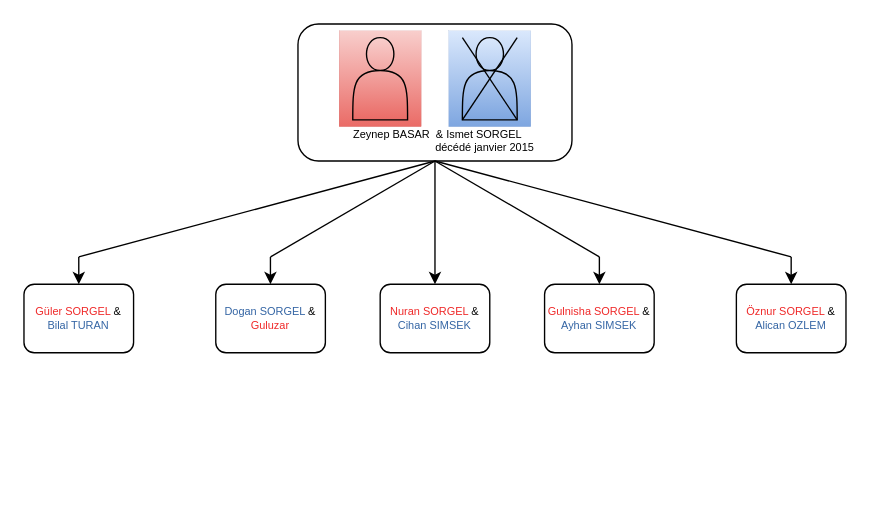
Above: Diagramme sans nom.drawio in Wiviou/printf42 (draw.io), before the change. Source tidied: cells renumbered, new cells numbered last; positions are measured from the earlier drawing's top-left corner, leaving out a move shared by most shapes. Both pictures are drawn from the tidied source at 137%, with x=0, y=0 at pixel (23, 23).
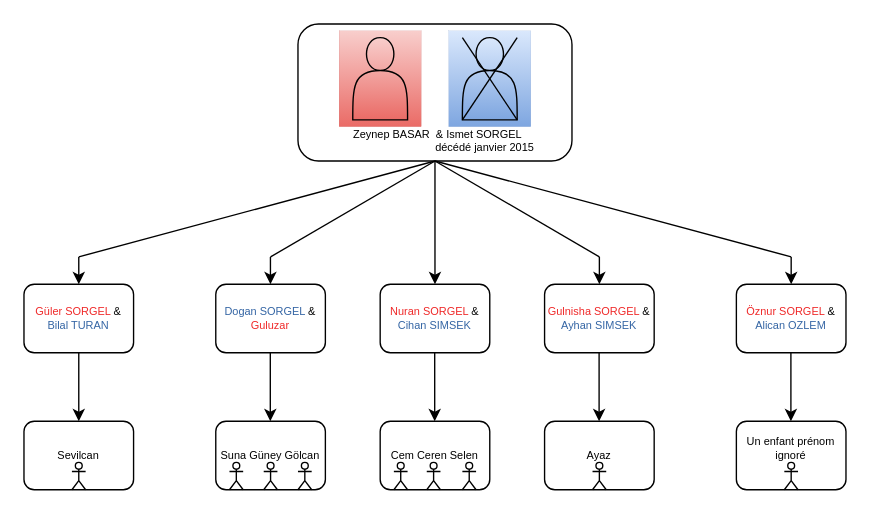
Above is the later version.

Commit message:
Mettre à jour Diagramme sans nom.drawio

Unchanged cells that the change refers to:
```xml
<mxCell id="4" value="&lt;font color=&quot;#ef2929&quot;&gt;Güler SORGEL&lt;/font&gt; &amp;amp; &lt;font color=&quot;#3465a4&quot;&gt;Bilal TURAN&lt;/font&gt;" style="rounded=1;whiteSpace=wrap;html=1;fontSize=8;glass=0;strokeWidth=1;shadow=0;" parent="1" vertex="1">
  <mxGeometry y="190" width="80" height="50" as="geometry" />
</mxCell>
```

Change to the diagram source:
```diff
@@
+    <mxCell id="23" style="endArrow=classic;html=1;rounded=0;exitX=0.5;exitY=1;exitDx=0;exitDy=0;" parent="1" edge="1" source="4">
+      <mxGeometry relative="1" as="geometry">
+        <mxPoint x="40" y="290" as="targetPoint" />
+      </mxGeometry>
+    </mxCell>
+    <mxCell id="24" style="endArrow=classic;html=1;rounded=0;exitX=0.5;exitY=1;exitDx=0;exitDy=0;" parent="1" edge="1">
+      <mxGeometry relative="1" as="geometry">
+        <mxPoint x="179.8" y="240" as="sourcePoint" />
+        <mxPoint x="179.8" y="290" as="targetPoint" />
+      </mxGeometry>
+    </mxCell>
+    <mxCell id="25" style="endArrow=classic;html=1;rounded=0;exitX=0.5;exitY=1;exitDx=0;exitDy=0;" parent="1" edge="1">
+      <mxGeometry relative="1" as="geometry">
+        <mxPoint x="299.8" y="240" as="sourcePoint" />
+        <mxPoint x="299.8" y="290" as="targetPoint" />
+      </mxGeometry>
+    </mxCell>
+    <mxCell id="26" style="endArrow=classic;html=1;rounded=0;exitX=0.5;exitY=1;exitDx=0;exitDy=0;" parent="1" edge="1">
+      <mxGeometry relative="1" as="geometry">
+        <mxPoint x="419.8" y="240" as="sourcePoint" />
+        <mxPoint x="419.8" y="290" as="targetPoint" />
+      </mxGeometry>
+    </mxCell>
+    <mxCell id="27" style="endArrow=classic;html=1;rounded=0;exitX=0.5;exitY=1;exitDx=0;exitDy=0;" parent="1" edge="1">
+      <mxGeometry relative="1" as="geometry">
+        <mxPoint x="559.8" y="240" as="sourcePoint" />
+        <mxPoint x="559.8" y="290" as="targetPoint" />
+      </mxGeometry>
+    </mxCell>
+    <mxCell id="28" value="Sevilcan" style="rounded=1;whiteSpace=wrap;html=1;fontSize=8;glass=0;strokeWidth=1;shadow=0;" parent="1" vertex="1">
+      <mxGeometry y="290" width="80" height="50" as="geometry" />
+    </mxCell>
+    <mxCell id="29" value="Suna Güney Gölcan" style="rounded=1;whiteSpace=wrap;html=1;fontSize=8;glass=0;strokeWidth=1;shadow=0;" parent="1" vertex="1">
+      <mxGeometry x="140" y="290" width="80" height="50" as="geometry" />
+    </mxCell>
+    <mxCell id="30" value="Cem Ceren Selen" style="rounded=1;whiteSpace=wrap;html=1;fontSize=8;glass=0;strokeWidth=1;shadow=0;" parent="1" vertex="1">
+      <mxGeometry x="260" y="290" width="80" height="50" as="geometry" />
+    </mxCell>
+    <mxCell id="31" value="Ayaz" style="rounded=1;whiteSpace=wrap;html=1;fontSize=8;glass=0;strokeWidth=1;shadow=0;" parent="1" vertex="1">
+      <mxGeometry x="380" y="290" width="80" height="50" as="geometry" />
+    </mxCell>
+    <mxCell id="32" value="&lt;div&gt;Un enfant prénom ignoré&lt;/div&gt;&lt;div&gt;&lt;br&gt;&lt;/div&gt;" style="rounded=1;whiteSpace=wrap;html=1;fontSize=8;glass=0;strokeWidth=1;shadow=0;" parent="1" vertex="1">
+      <mxGeometry x="520" y="290" width="80" height="50" as="geometry" />
+    </mxCell>
+    <mxCell id="33" style="shape=umlActor;verticalLabelPosition=bottom;verticalAlign=top;html=1;" parent="1" vertex="1">
+      <mxGeometry x="35" y="320" width="10" height="20" as="geometry" />
+    </mxCell>
+    <mxCell id="34" style="shape=umlActor;verticalLabelPosition=bottom;verticalAlign=top;html=1;" parent="1" vertex="1">
+      <mxGeometry x="150" y="320" width="10" height="20" as="geometry" />
+    </mxCell>
+    <mxCell id="35" style="shape=umlActor;verticalLabelPosition=bottom;verticalAlign=top;html=1;" parent="1" vertex="1">
+      <mxGeometry x="175" y="320" width="10" height="20" as="geometry" />
+    </mxCell>
+    <mxCell id="36" style="shape=umlActor;verticalLabelPosition=bottom;verticalAlign=top;html=1;" parent="1" vertex="1">
+      <mxGeometry x="200" y="320" width="10" height="20" as="geometry" />
+    </mxCell>
+    <mxCell id="37" style="shape=umlActor;verticalLabelPosition=bottom;verticalAlign=top;html=1;" parent="1" vertex="1">
+      <mxGeometry x="415" y="320" width="10" height="20" as="geometry" />
+    </mxCell>
+    <mxCell id="38" style="shape=umlActor;verticalLabelPosition=bottom;verticalAlign=top;html=1;" parent="1" vertex="1">
+      <mxGeometry x="270" y="320" width="10" height="20" as="geometry" />
+    </mxCell>
+    <mxCell id="39" style="shape=umlActor;verticalLabelPosition=bottom;verticalAlign=top;html=1;" parent="1" vertex="1">
+      <mxGeometry x="294" y="320" width="10" height="20" as="geometry" />
+    </mxCell>
+    <mxCell id="40" style="shape=umlActor;verticalLabelPosition=bottom;verticalAlign=top;html=1;" parent="1" vertex="1">
+      <mxGeometry x="320" y="320" width="10" height="20" as="geometry" />
+    </mxCell>
+    <mxCell id="41" style="shape=umlActor;verticalLabelPosition=bottom;verticalAlign=top;html=1;" parent="1" vertex="1">
+      <mxGeometry x="555" y="320" width="10" height="20" as="geometry" />
+    </mxCell>
```
